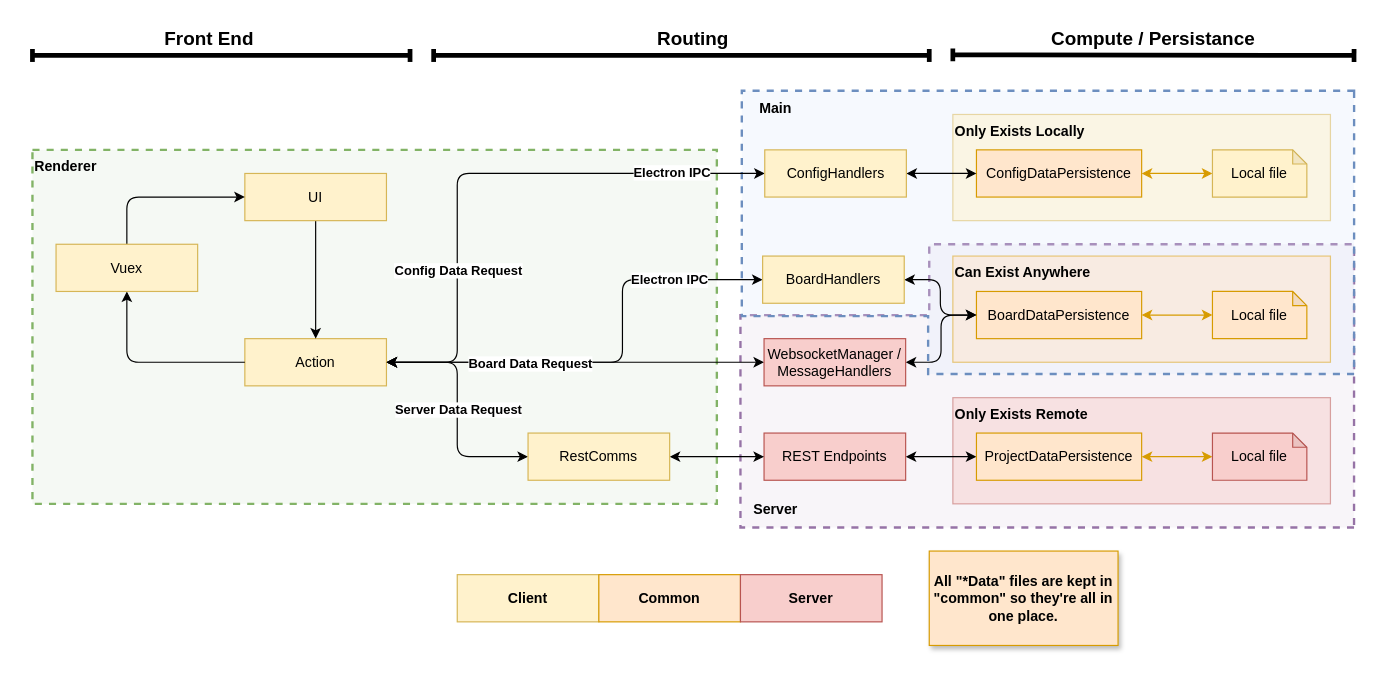
benzenittini/constellation keeps this draw.io diagram as docs/actionframework.drawio. Above is the earlier version. Source tidied: cells renumbered, new cells numbered last; positions are measured from the earlier drawing's top-left corner, leaving out a move shared by most shapes. Both pictures are drawn from the tidied source at 118%, with x=0, y=0 at pixel (32, -74).
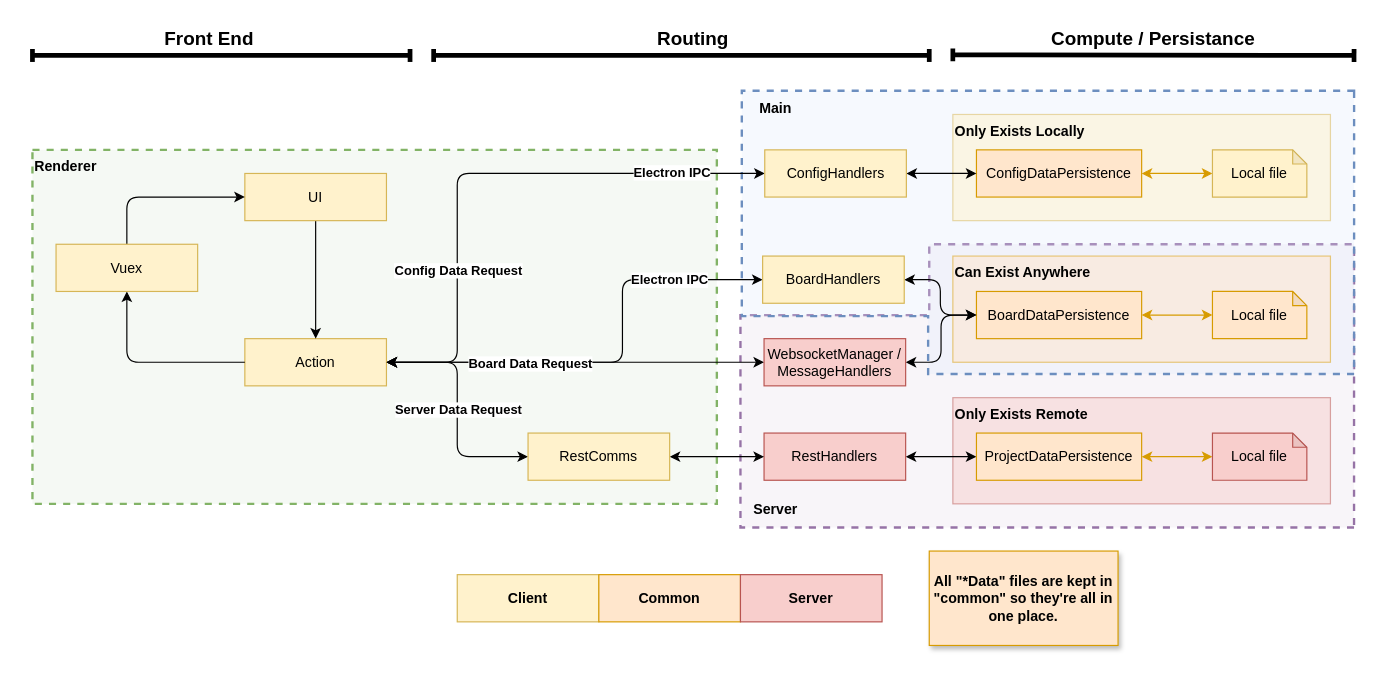
After the change.

Change to the diagram source:
```diff
@@
-    <mxCell id="18" value="REST Endpoints" style="rounded=0;whiteSpace=wrap;html=1;fillColor=#f8cecc;strokeColor=#b85450;strokeWidth=1;" parent="1" vertex="1">
+    <mxCell id="18" value="RestHandlers" style="rounded=0;whiteSpace=wrap;html=1;fillColor=#f8cecc;strokeColor=#b85450;strokeWidth=1;" parent="1" vertex="1">
       <mxGeometry x="620" y="429.5" width="120" height="40" as="geometry" />
     </mxCell>
```
